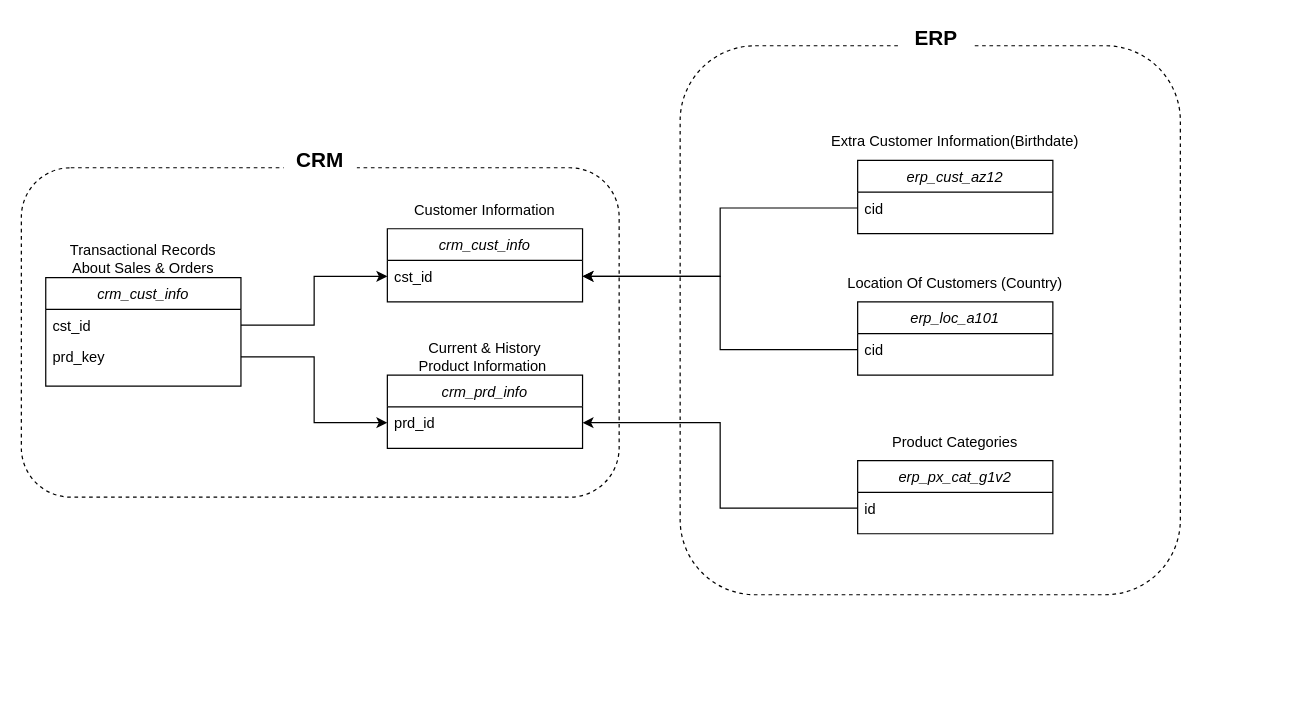
The draw.io diagram Integration_model.drawio in rudrabhavsar7/Datawarehouse, before the edit. Source tidied: cells renumbered, new cells numbered last; positions are measured from the earlier drawing's top-left corner, leaving out a move shared by most shapes. Both pictures are drawn from the tidied source at 122%, with x=0, y=0 at pixel (21, 21).
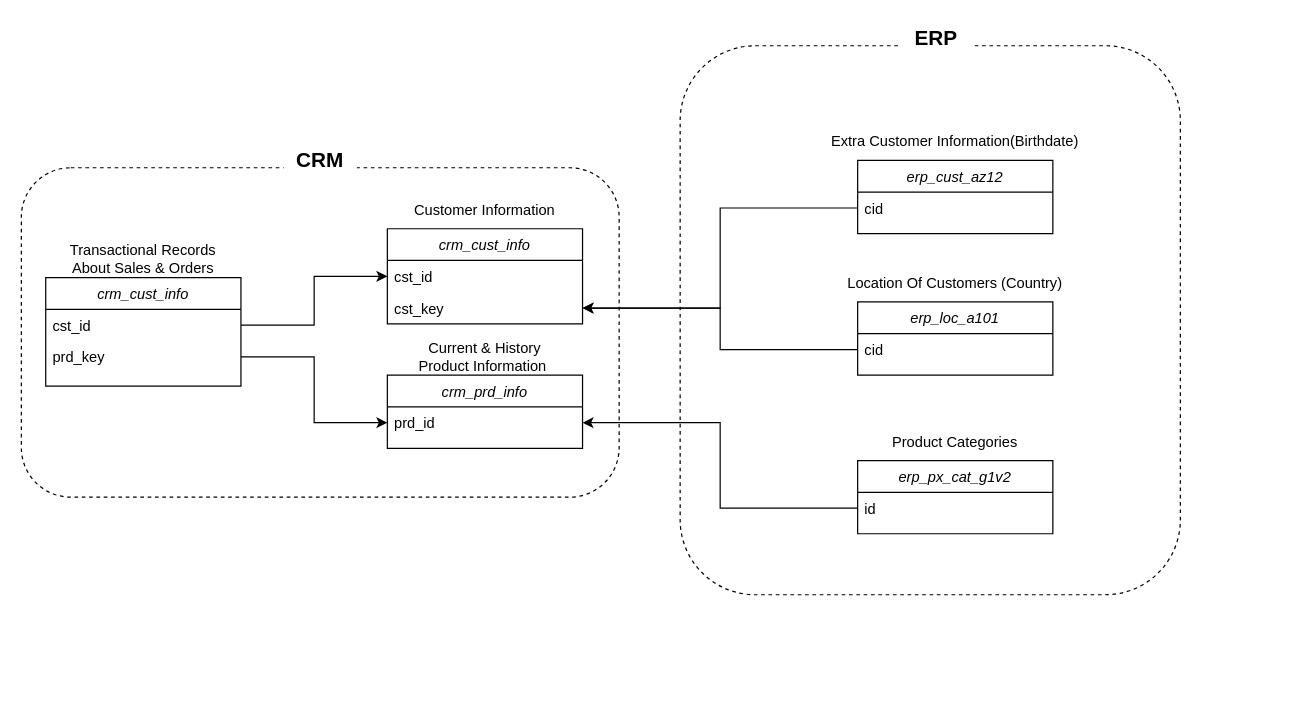
Above is the later version.

Unchanged cells that the change refers to:
```xml
<mxCell id="3" style="group;" parent="1" vertex="1">
  <mxGeometry x="300" y="140" width="160" height="90" as="geometry" />
</mxCell>
<mxCell id="5" value="cst_id" style="text;align=left;verticalAlign=top;spacingLeft=4;spacingRight=4;overflow=hidden;points=[[0,0.5],[1,0.5]];portConstraint=eastwest;" parent="4" vertex="1">
  <mxGeometry y="26" width="160" height="26" as="geometry" />
</mxCell>
<mxCell id="21" value="cid" style="text;align=left;verticalAlign=top;spacingLeft=4;spacingRight=4;overflow=hidden;points=[[0,0.5],[1,0.5]];portConstraint=eastwest;" parent="20" vertex="1">
  <mxGeometry y="26" width="160" height="26" as="geometry" />
</mxCell>
<mxCell id="24" value="cid" style="text;align=left;verticalAlign=top;spacingLeft=4;spacingRight=4;overflow=hidden;points=[[0,0.5],[1,0.5]];portConstraint=eastwest;" parent="23" vertex="1">
  <mxGeometry y="26" width="160" height="26" as="geometry" />
</mxCell>
```

What changed in the source:
```diff
@@
     <mxCell id="4" value="crm_cust_info" style="swimlane;fontStyle=2;align=center;verticalAlign=top;horizontal=1;startSize=26;rounded=0;shadow=0;strokeWidth=1;fillColor=light-dark(#FFFFFF,#66B2FF);fontColor=light-dark(#000000,#000000);" parent="3" vertex="1">
-      <mxGeometry y="30" width="160" height="60" as="geometry" />
+      <mxGeometry y="30" width="160" height="78" as="geometry" />
     </mxCell>
@@
+    <mxCell id="35" value="cst_key" style="text;align=left;verticalAlign=top;spacingLeft=4;spacingRight=4;overflow=hidden;points=[[0,0.5],[1,0.5]];portConstraint=eastwest;" parent="4" vertex="1">
+      <mxGeometry y="52" width="160" height="26" as="geometry" />
+    </mxCell>
@@
-    <mxCell id="26" style="edgeStyle=orthogonalEdgeStyle;rounded=0;jettySize=auto;html=1;entryX=1;entryY=0.5;entryDx=0;entryDy=0;" parent="1" edge="1" source="21" target="5">
+    <mxCell id="26" style="edgeStyle=orthogonalEdgeStyle;rounded=0;jettySize=auto;html=1;entryX=1;entryY=0.5;entryDx=0;entryDy=0;" parent="1" edge="1" source="21" target="35">
       <mxGeometry relative="1" as="geometry" />
     </mxCell>
-    <mxCell id="27" style="edgeStyle=orthogonalEdgeStyle;rounded=0;jettySize=auto;html=1;entryX=1;entryY=0.5;entryDx=0;entryDy=0;" parent="1" edge="1" source="24" target="5">
+    <mxCell id="27" style="edgeStyle=orthogonalEdgeStyle;rounded=0;jettySize=auto;html=1;entryX=1;entryY=0.5;entryDx=0;entryDy=0;" parent="1" edge="1" source="24" target="35">
       <mxGeometry relative="1" as="geometry" />
     </mxCell>
```
